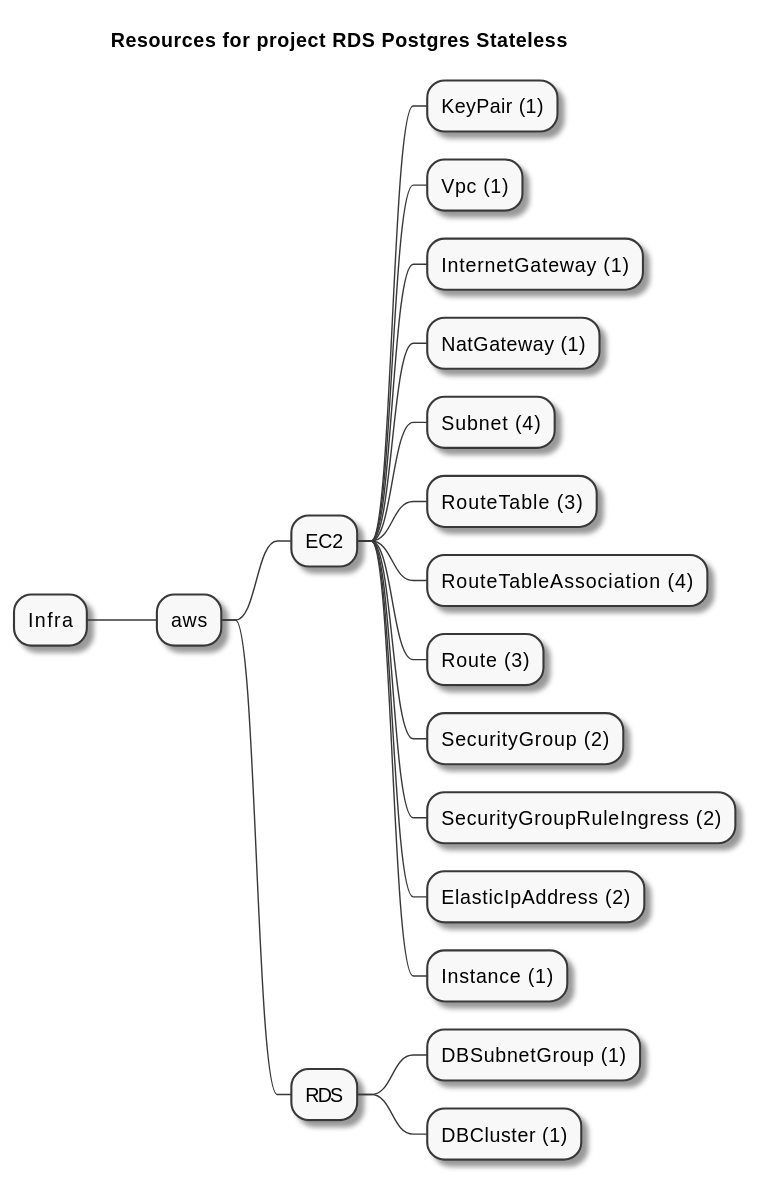
Above: examples/aws/RDS/postgres-stateless/artifacts/resources-mindmap.svg in grucloud/grucloud (PlantUML), before the change.
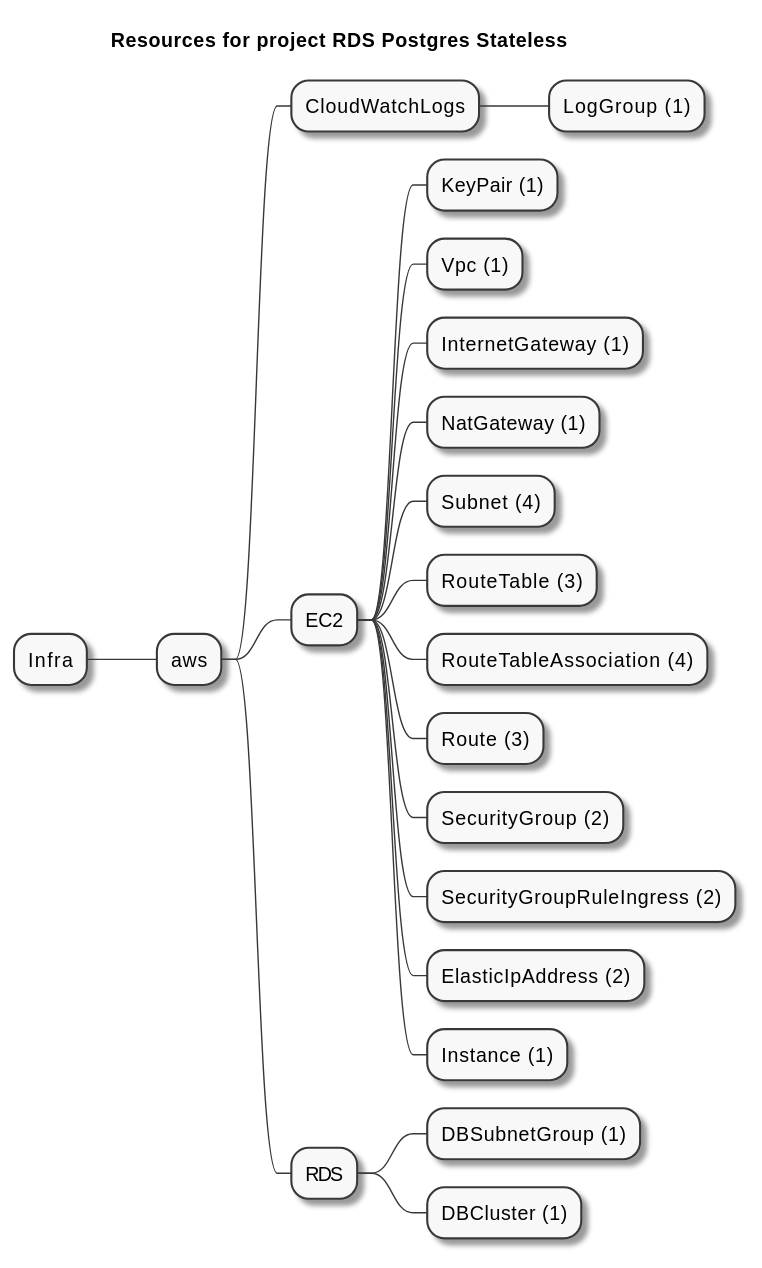
After the change.

What changed in the source:
```diff
@@ -3,6 +3,8 @@
 skinparam monochrome true
 + Infra
 ++ aws
++++ CloudWatchLogs
+++++ LogGroup (1)
 +++ EC2
 ++++ KeyPair (1)
 ++++ Vpc (1)
```
